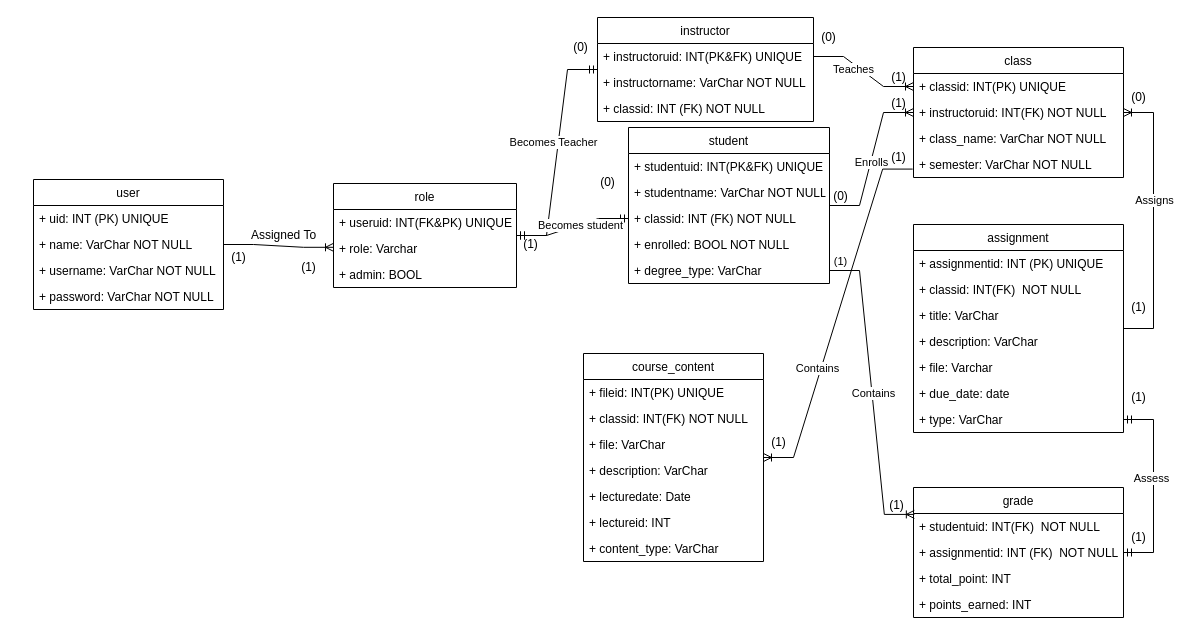
Before: logicalDiagram.drawio in CS480UIC/cs480-final-project-class_information, a draw.io diagram. Source tidied: cells renumbered, new cells numbered last; positions are measured from the earlier drawing's top-left corner, leaving out a move shared by most shapes. Both pictures are drawn from the tidied source at 100%, with x=0, y=0 at pixel (33, 17).
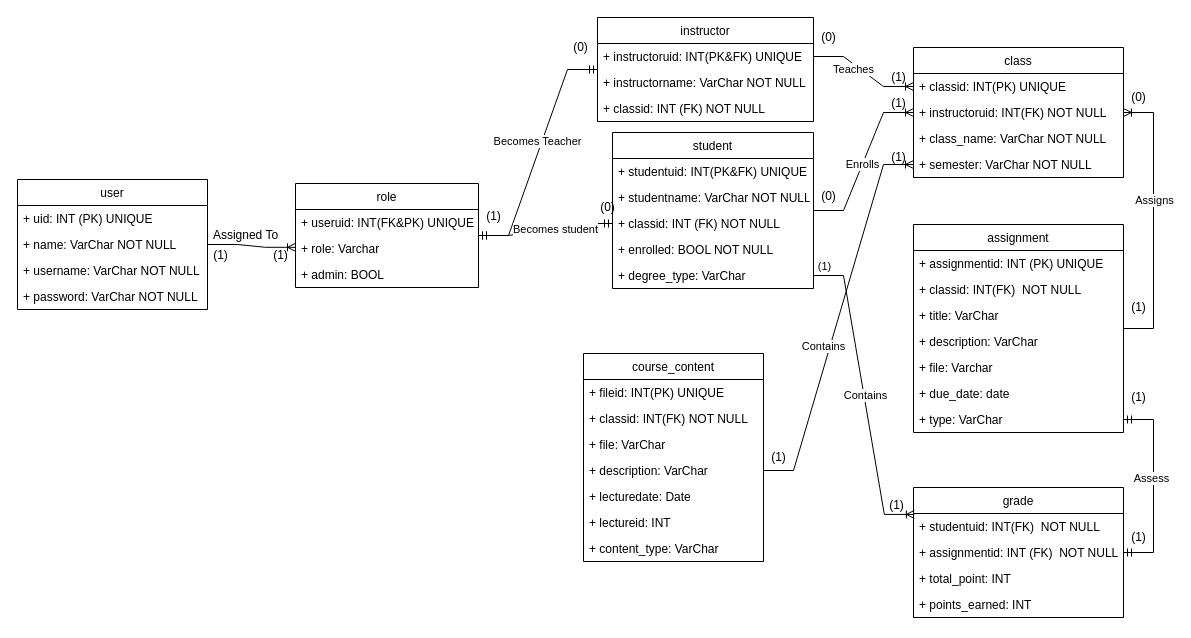
Above is the later version.

The change refers to these unchanged cells:
```xml
<mxCell id="21" value="+ semester: VarChar NOT NULL" style="text;strokeColor=none;fillColor=none;align=left;verticalAlign=top;spacingLeft=4;spacingRight=4;overflow=hidden;points=[[0,0.5],[1,0.5]];portConstraint=eastwest;" parent="17" vertex="1">
  <mxGeometry y="104" width="210" height="26" as="geometry" />
</mxCell>
<mxCell id="39" value="course_content" style="swimlane;fontStyle=0;horizontal=1;startSize=26;fillColor=none;" parent="1" vertex="1">
  <mxGeometry x="550" y="336" width="180" height="208" as="geometry" />
</mxCell>
<mxCell id="43" value="+ description: VarChar" style="text;strokeColor=none;fillColor=none;align=left;verticalAlign=top;spacingLeft=4;spacingRight=4;overflow=hidden;points=[[0,0.5],[1,0.5]];portConstraint=eastwest;" parent="39" vertex="1">
  <mxGeometry y="104" width="180" height="26" as="geometry" />
</mxCell>
```

The edit, as a diff of the source:
```diff
@@
     <mxCell id="2" value="user" style="swimlane;fontStyle=0;horizontal=1;startSize=26;fillColor=none;" parent="1" vertex="1">
-      <mxGeometry y="162" width="190" height="130" as="geometry" />
+      <mxGeometry x="-16" y="162" width="190" height="130" as="geometry" />
     </mxCell>
@@
     <mxCell id="7" value="role" style="swimlane;fontStyle=0;horizontal=1;startSize=26;fillColor=none;" parent="1" vertex="1">
-      <mxGeometry x="300" y="166" width="183" height="104" as="geometry" />
+      <mxGeometry x="262" y="166" width="183" height="104" as="geometry" />
     </mxCell>
@@
     <mxCell id="11" value="student" style="swimlane;fontStyle=0;horizontal=1;startSize=26;fillColor=none;" parent="1" vertex="1">
-      <mxGeometry x="595" y="110" width="201" height="156" as="geometry" />
+      <mxGeometry x="579" y="115" width="201" height="156" as="geometry" />
     </mxCell>
@@
     <mxCell id="47" style="edgeStyle=entityRelationEdgeStyle;fontSize=12;html=1;endArrow=ERoneToMany;rounded=0;entryX=1;entryY=0.64;entryDx=0;entryDy=0;entryPerimeter=0;" parent="1" edge="1" source="2">
       <mxGeometry relative="1" as="geometry">
-        <mxPoint x="300" y="229.8" as="targetPoint" />
+        <mxPoint x="262" y="229.8" as="targetPoint" />
       </mxGeometry>
     </mxCell>
@@
-    <mxCell id="56" style="edgeStyle=entityRelationEdgeStyle;fontSize=12;html=1;endArrow=ERoneToMany;rounded=0;exitX=-0.004;exitY=0.676;exitDx=0;exitDy=0;exitPerimeter=0;" parent="1" edge="1" source="21" target="39">
-      <mxGeometry relative="1" as="geometry" />
-    </mxCell>
-    <mxCell id="57" value="Contains" style="edgeLabel;html=1;align=center;verticalAlign=middle;" parent="56" vertex="1">
-      <mxGeometry x="0.07" y="1" relative="1" as="geometry">
-        <mxPoint x="-18" y="42" as="offset" />
-      </mxGeometry>
-    </mxCell>
@@
     <mxCell id="62" value="(1)" style="text;html=1;align=center;verticalAlign=middle;strokeColor=none;fillColor=none;" parent="1" vertex="1">
-      <mxGeometry x="190" y="230" width="30" height="20" as="geometry" />
+      <mxGeometry x="172" y="228" width="30" height="20" as="geometry" />
     </mxCell>
     <mxCell id="63" value="(1)" style="text;html=1;align=center;verticalAlign=middle;strokeColor=none;fillColor=none;" parent="1" vertex="1">
-      <mxGeometry x="260" y="240" width="30" height="20" as="geometry" />
+      <mxGeometry x="232" y="228" width="30" height="20" as="geometry" />
     </mxCell>
     <mxCell id="64" value="(1)" style="text;html=1;align=center;verticalAlign=middle;strokeColor=none;fillColor=none;" parent="1" vertex="1">
-      <mxGeometry x="482" y="217" width="30" height="20" as="geometry" />
+      <mxGeometry x="445" y="189" width="30" height="20" as="geometry" />
     </mxCell>
@@
     <mxCell id="66" value="(0)" style="text;html=1;align=center;verticalAlign=middle;strokeColor=none;fillColor=none;" parent="1" vertex="1">
-      <mxGeometry x="559" y="155" width="30" height="20" as="geometry" />
+      <mxGeometry x="559" y="180" width="30" height="20" as="geometry" />
     </mxCell>
@@
     <mxCell id="71" value="(1)" style="text;html=1;align=center;verticalAlign=middle;strokeColor=none;fillColor=none;" parent="1" vertex="1">
-      <mxGeometry x="730" y="415" width="30" height="20" as="geometry" />
+      <mxGeometry x="730" y="430" width="30" height="20" as="geometry" />
     </mxCell>
@@
     <mxCell id="75" value="(0)" style="text;html=1;align=center;verticalAlign=middle;strokeColor=none;fillColor=none;" parent="1" vertex="1">
-      <mxGeometry x="792" y="169" width="30" height="20" as="geometry" />
+      <mxGeometry x="780" y="169" width="30" height="20" as="geometry" />
     </mxCell>
@@
     <mxCell id="81" value="Assigned To" style="text;html=1;align=center;verticalAlign=middle;strokeColor=none;fillColor=none;" parent="1" vertex="1">
-      <mxGeometry x="210" y="208" width="80" height="20" as="geometry" />
+      <mxGeometry x="172" y="208" width="80" height="20" as="geometry" />
     </mxCell>
+    <mxCell id="56" style="edgeStyle=entityRelationEdgeStyle;fontSize=12;html=1;endArrow=ERoneToMany;rounded=0;exitX=1;exitY=0.5;exitDx=0;exitDy=0;entryX=0;entryY=0.5;entryDx=0;entryDy=0;" parent="1" edge="1" source="43" target="21">
+      <mxGeometry relative="1" as="geometry" />
+    </mxCell>
+    <mxCell id="57" value="Contains" style="edgeLabel;html=1;align=center;verticalAlign=middle;" parent="56" vertex="1">
+      <mxGeometry x="0.07" y="1" relative="1" as="geometry">
+        <mxPoint x="-18" y="42" as="offset" />
+      </mxGeometry>
+    </mxCell>
```
